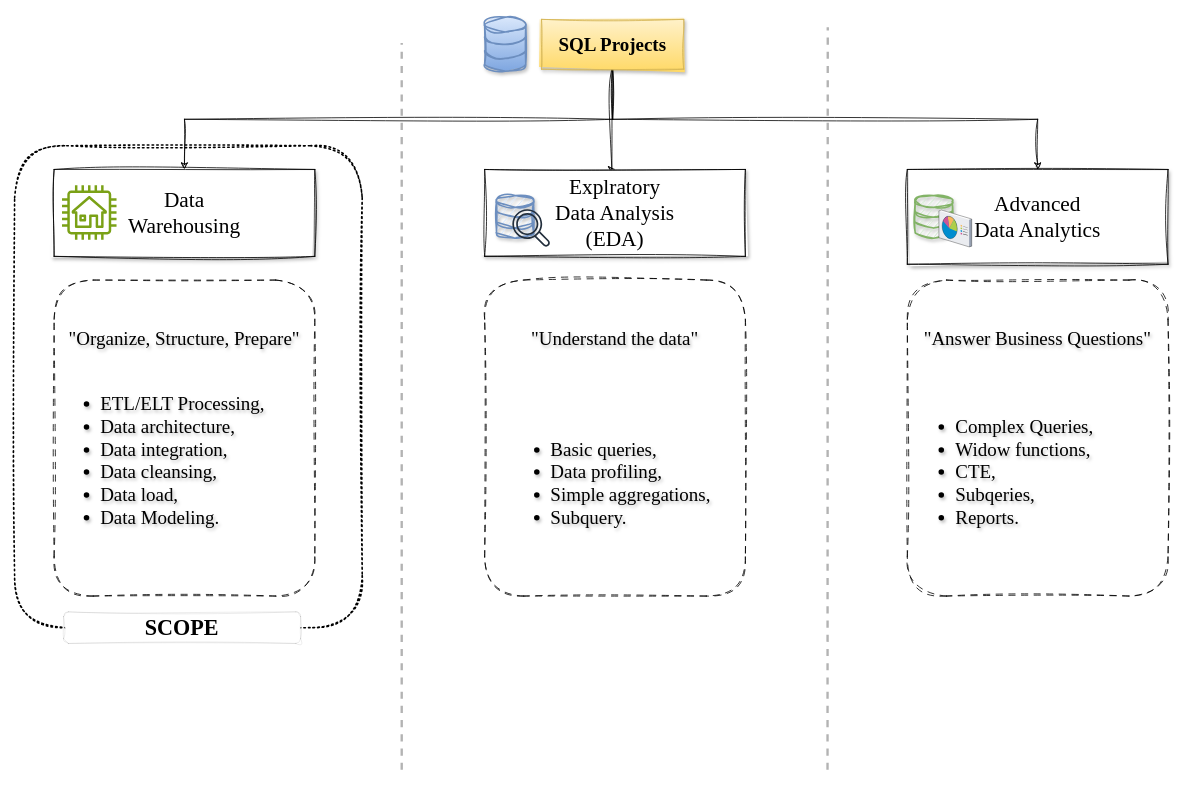
Before: docs/draw(io) templates/sql_projects_(data_warehouse_scope).drawio in kms-gitgut/sql-data-warehouse-project, a draw.io diagram. Source tidied: cells renumbered, new cells numbered last; positions are measured from the earlier drawing's top-left corner, leaving out a move shared by most shapes. Both pictures are drawn from the tidied source at 79%, with x=0, y=0 at pixel (14, 17).
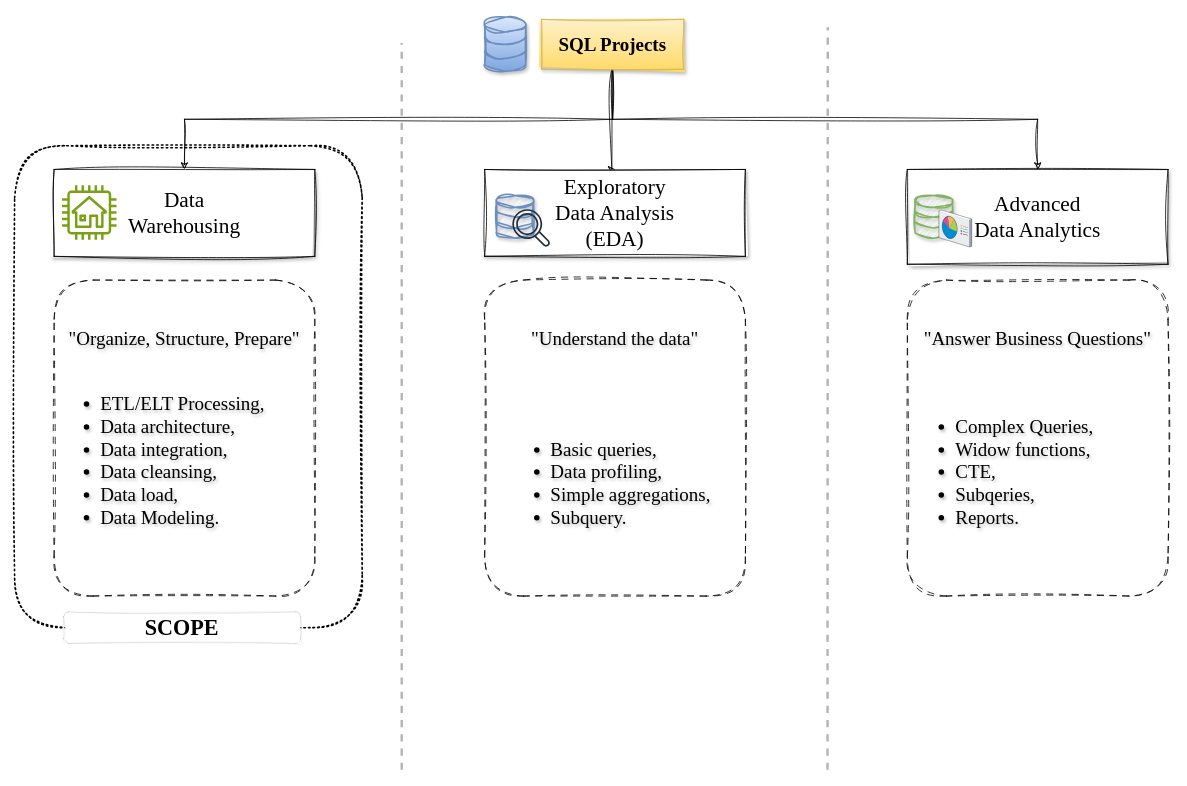
The same page after the edit.

Diff of the diagram source:
```diff
@@
-    <mxCell id="10" value="&lt;font style=&quot;font-size: 27px;&quot;&gt;Explratory&lt;br&gt;Data Analysis&lt;br&gt;(EDA)&lt;/font&gt;" style="rounded=0;whiteSpace=wrap;html=1;fontFamily=Times New Roman;fontSize=24;shadow=1;sketch=1;curveFitting=1;jiggle=2;glass=0;" parent="1" vertex="1">
+    <mxCell id="10" value="&lt;font style=&quot;font-size: 27px;&quot;&gt;Exploratory&lt;br&gt;Data Analysis&lt;br&gt;(EDA)&lt;/font&gt;" style="rounded=0;whiteSpace=wrap;html=1;fontFamily=Times New Roman;fontSize=24;shadow=1;sketch=1;curveFitting=1;jiggle=2;glass=0;" parent="1" vertex="1">
       <mxGeometry x="595" y="193" width="330" height="110" as="geometry" />
     </mxCell>
```
